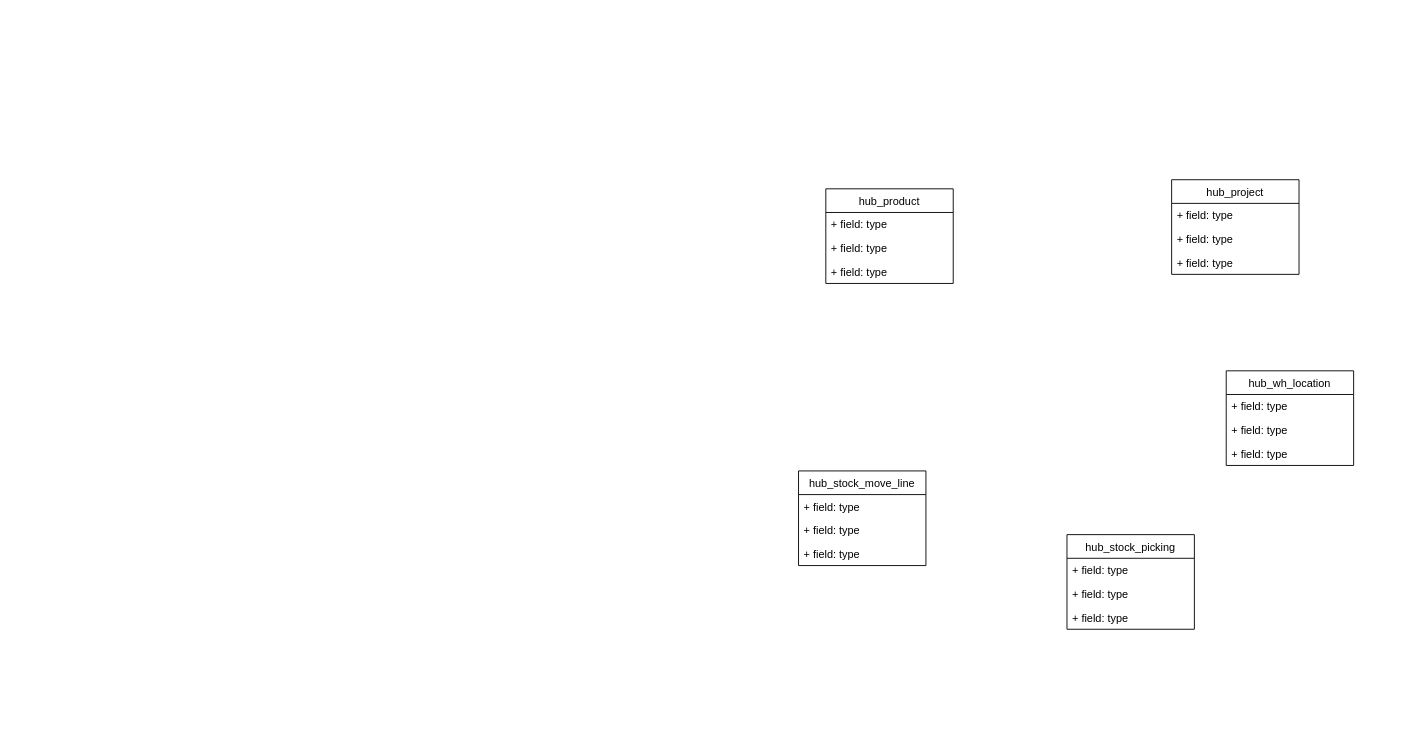
Above: dags/odoodw/docs/OdooDW_DV.drawio in kakkurij/odoodw-demo (draw.io), before the change. Source tidied: cells renumbered, new cells numbered last; positions are measured from the earlier drawing's top-left corner, leaving out a move shared by most shapes. Both pictures are drawn from the tidied source at 91%, with x=0, y=0 at pixel (798, 179).
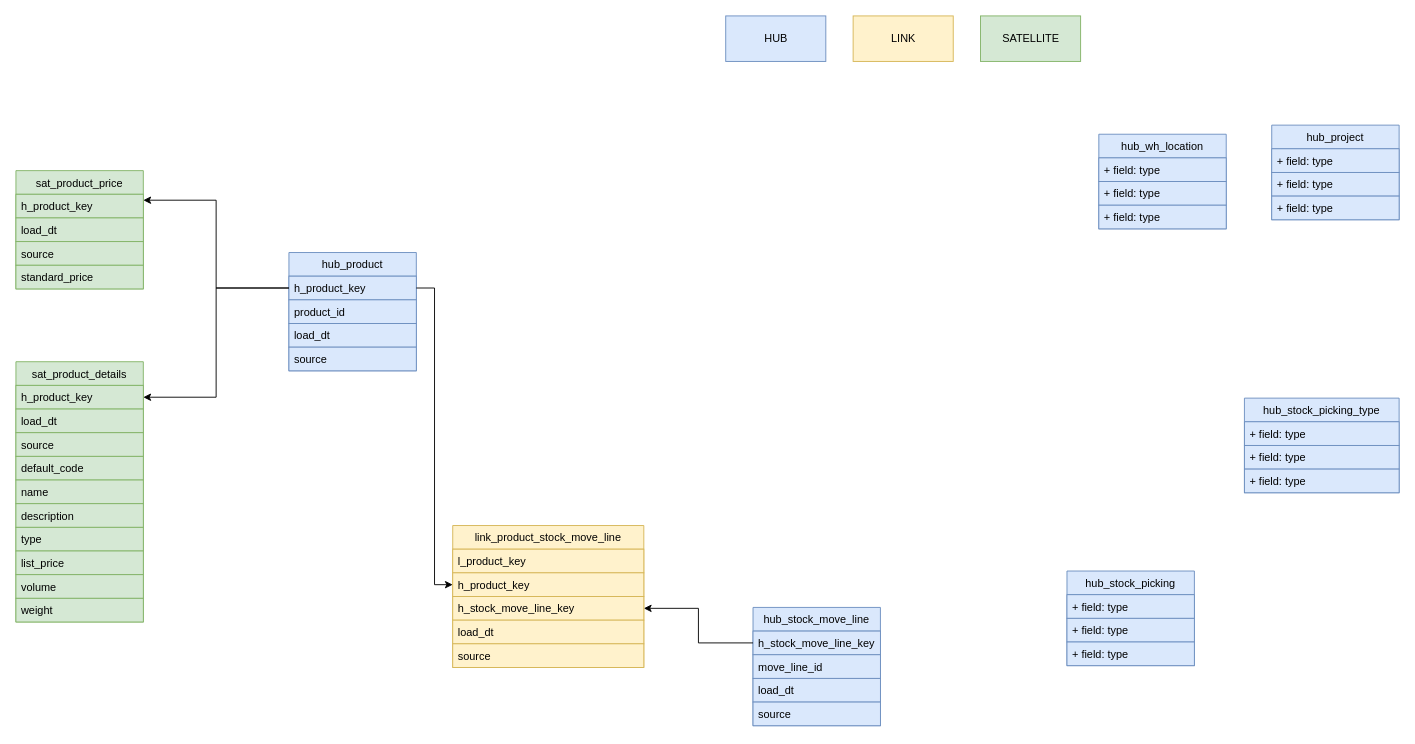
The same page after the edit.

Commit message:
links and satellites for product

Change to the diagram source:
```diff
@@
-    <mxCell id="2" value="hub_product" style="swimlane;fontStyle=0;horizontal=1;startSize=26;fillColor=none;" parent="1" vertex="1">
-      <mxGeometry x="30" y="10" width="140" height="104" as="geometry" />
+    <mxCell id="2" value="hub_product" style="swimlane;fontStyle=0;horizontal=1;startSize=26;fillColor=#dae8fc;strokeColor=#6c8ebf;" parent="1" vertex="1">
+      <mxGeometry x="-560" y="80" width="140" height="130" as="geometry" />
     </mxCell>
-    <mxCell id="3" value="+ field: type" style="text;strokeColor=none;fillColor=none;align=left;verticalAlign=top;spacingLeft=4;spacingRight=4;overflow=hidden;points=[[0,0.5],[1,0.5]];portConstraint=eastwest;" parent="2" vertex="1">
+    <mxCell id="3" value="h_product_key" style="text;strokeColor=#6c8ebf;fillColor=#dae8fc;align=left;verticalAlign=top;spacingLeft=4;spacingRight=4;overflow=hidden;points=[[0,0.5],[1,0.5]];portConstraint=eastwest;" parent="2" vertex="1">
       <mxGeometry y="26" width="140" height="26" as="geometry" />
     </mxCell>
-    <mxCell id="4" value="+ field: type" style="text;strokeColor=none;fillColor=none;align=left;verticalAlign=top;spacingLeft=4;spacingRight=4;overflow=hidden;" parent="2" vertex="1">
+    <mxCell id="4" value="product_id" style="text;strokeColor=#6c8ebf;fillColor=#dae8fc;align=left;verticalAlign=top;spacingLeft=4;spacingRight=4;overflow=hidden;" parent="2" vertex="1">
       <mxGeometry y="52" width="140" height="26" as="geometry" />
     </mxCell>
-    <mxCell id="5" value="+ field: type" style="text;strokeColor=none;fillColor=none;align=left;verticalAlign=top;spacingLeft=4;spacingRight=4;overflow=hidden;" parent="2" vertex="1">
+    <mxCell id="5" value="load_dt" style="text;strokeColor=#6c8ebf;fillColor=#dae8fc;align=left;verticalAlign=top;spacingLeft=4;spacingRight=4;overflow=hidden;" parent="2" vertex="1">
       <mxGeometry y="78" width="140" height="26" as="geometry" />
     </mxCell>
+    <mxCell id="22" value="source" style="text;strokeColor=#6c8ebf;fillColor=#dae8fc;align=left;verticalAlign=top;spacingLeft=4;spacingRight=4;overflow=hidden;" parent="2" vertex="1">
+      <mxGeometry y="104" width="140" height="26" as="geometry" />
+    </mxCell>
-    <mxCell id="6" value="hub_project" style="swimlane;fontStyle=0;horizontal=1;startSize=26;fillColor=none;" parent="1" vertex="1">
-      <mxGeometry x="410" width="140" height="104" as="geometry" />
+    <mxCell id="6" value="hub_project" style="swimlane;fontStyle=0;horizontal=1;startSize=26;fillColor=#dae8fc;strokeColor=#6c8ebf;" parent="1" vertex="1">
+      <mxGeometry x="520" y="-60" width="140" height="104" as="geometry" />
     </mxCell>
-    <mxCell id="7" value="+ field: type" style="text;strokeColor=none;fillColor=none;align=left;verticalAlign=top;spacingLeft=4;spacingRight=4;overflow=hidden;" parent="6" vertex="1">
+    <mxCell id="7" value="+ field: type" style="text;strokeColor=#6c8ebf;fillColor=#dae8fc;align=left;verticalAlign=top;spacingLeft=4;spacingRight=4;overflow=hidden;" parent="6" vertex="1">
       <mxGeometry y="26" width="140" height="26" as="geometry" />
     </mxCell>
-    <mxCell id="8" value="+ field: type" style="text;strokeColor=none;fillColor=none;align=left;verticalAlign=top;spacingLeft=4;spacingRight=4;overflow=hidden;" parent="6" vertex="1">
+    <mxCell id="8" value="+ field: type" style="text;strokeColor=#6c8ebf;fillColor=#dae8fc;align=left;verticalAlign=top;spacingLeft=4;spacingRight=4;overflow=hidden;" parent="6" vertex="1">
       <mxGeometry y="52" width="140" height="26" as="geometry" />
     </mxCell>
-    <mxCell id="9" value="+ field: type" style="text;strokeColor=none;fillColor=none;align=left;verticalAlign=top;spacingLeft=4;spacingRight=4;overflow=hidden;" parent="6" vertex="1">
+    <mxCell id="9" value="+ field: type" style="text;strokeColor=#6c8ebf;fillColor=#dae8fc;align=left;verticalAlign=top;spacingLeft=4;spacingRight=4;overflow=hidden;" parent="6" vertex="1">
       <mxGeometry y="78" width="140" height="26" as="geometry" />
     </mxCell>
-    <mxCell id="10" value="hub_wh_location" style="swimlane;fontStyle=0;horizontal=1;startSize=26;fillColor=none;" parent="1" vertex="1">
-      <mxGeometry x="470" y="210" width="140" height="104" as="geometry" />
+    <mxCell id="10" value="hub_wh_location" style="swimlane;fontStyle=0;horizontal=1;startSize=26;fillColor=#dae8fc;strokeColor=#6c8ebf;" parent="1" vertex="1">
+      <mxGeometry x="330" y="-50" width="140" height="104" as="geometry" />
     </mxCell>
-    <mxCell id="11" value="+ field: type" style="text;strokeColor=none;fillColor=none;align=left;verticalAlign=top;spacingLeft=4;spacingRight=4;overflow=hidden;" parent="10" vertex="1">
+    <mxCell id="11" value="+ field: type" style="text;strokeColor=#6c8ebf;fillColor=#dae8fc;align=left;verticalAlign=top;spacingLeft=4;spacingRight=4;overflow=hidden;" parent="10" vertex="1">
       <mxGeometry y="26" width="140" height="26" as="geometry" />
     </mxCell>
-    <mxCell id="12" value="+ field: type" style="text;strokeColor=none;fillColor=none;align=left;verticalAlign=top;spacingLeft=4;spacingRight=4;overflow=hidden;" parent="10" vertex="1">
+    <mxCell id="12" value="+ field: type" style="text;strokeColor=#6c8ebf;fillColor=#dae8fc;align=left;verticalAlign=top;spacingLeft=4;spacingRight=4;overflow=hidden;" parent="10" vertex="1">
       <mxGeometry y="52" width="140" height="26" as="geometry" />
     </mxCell>
-    <mxCell id="13" value="+ field: type" style="text;strokeColor=none;fillColor=none;align=left;verticalAlign=top;spacingLeft=4;spacingRight=4;overflow=hidden;" parent="10" vertex="1">
+    <mxCell id="13" value="+ field: type" style="text;strokeColor=#6c8ebf;fillColor=#dae8fc;align=left;verticalAlign=top;spacingLeft=4;spacingRight=4;overflow=hidden;" parent="10" vertex="1">
       <mxGeometry y="78" width="140" height="26" as="geometry" />
     </mxCell>
-    <mxCell id="14" value="hub_stock_move_line" style="swimlane;fontStyle=0;horizontal=1;startSize=26;fillColor=none;" parent="1" vertex="1">
-      <mxGeometry y="320" width="140" height="104" as="geometry" />
+    <mxCell id="14" value="hub_stock_move_line" style="swimlane;fontStyle=0;horizontal=1;startSize=26;fillColor=#dae8fc;strokeColor=#6c8ebf;" parent="1" vertex="1">
+      <mxGeometry x="-50" y="470" width="140" height="130" as="geometry" />
     </mxCell>
-    <mxCell id="15" value="+ field: type" style="text;strokeColor=none;fillColor=none;align=left;verticalAlign=top;spacingLeft=4;spacingRight=4;overflow=hidden;points=[[0,0.5],[1,0.5]];portConstraint=eastwest;" parent="14" vertex="1">
+    <mxCell id="15" value="h_stock_move_line_key" style="text;strokeColor=#6c8ebf;fillColor=#dae8fc;align=left;verticalAlign=top;spacingLeft=4;spacingRight=4;overflow=hidden;points=[[0,0.5],[1,0.5]];portConstraint=eastwest;" parent="14" vertex="1">
       <mxGeometry y="26" width="140" height="26" as="geometry" />
     </mxCell>
-    <mxCell id="16" value="+ field: type" style="text;strokeColor=none;fillColor=none;align=left;verticalAlign=top;spacingLeft=4;spacingRight=4;overflow=hidden;" parent="14" vertex="1">
+    <mxCell id="16" value="move_line_id" style="text;strokeColor=#6c8ebf;fillColor=#dae8fc;align=left;verticalAlign=top;spacingLeft=4;spacingRight=4;overflow=hidden;" parent="14" vertex="1">
       <mxGeometry y="52" width="140" height="26" as="geometry" />
     </mxCell>
-    <mxCell id="17" value="+ field: type" style="text;strokeColor=none;fillColor=none;align=left;verticalAlign=top;spacingLeft=4;spacingRight=4;overflow=hidden;" parent="14" vertex="1">
+    <mxCell id="17" value="load_dt" style="text;strokeColor=#6c8ebf;fillColor=#dae8fc;align=left;verticalAlign=top;spacingLeft=4;spacingRight=4;overflow=hidden;" parent="14" vertex="1">
       <mxGeometry y="78" width="140" height="26" as="geometry" />
     </mxCell>
+    <mxCell id="23" value="source" style="text;strokeColor=#6c8ebf;fillColor=#dae8fc;align=left;verticalAlign=top;spacingLeft=4;spacingRight=4;overflow=hidden;" parent="14" vertex="1">
+      <mxGeometry y="104" width="140" height="26" as="geometry" />
+    </mxCell>
-    <mxCell id="18" value="hub_stock_picking" style="swimlane;fontStyle=0;horizontal=1;startSize=26;fillColor=none;" parent="1" vertex="1">
-      <mxGeometry x="295" y="390" width="140" height="104" as="geometry" />
+    <mxCell id="18" value="hub_stock_picking" style="swimlane;fontStyle=0;horizontal=1;startSize=26;fillColor=#dae8fc;strokeColor=#6c8ebf;" parent="1" vertex="1">
+      <mxGeometry x="295" y="430" width="140" height="104" as="geometry" />
     </mxCell>
-    <mxCell id="19" value="+ field: type" style="text;strokeColor=none;fillColor=none;align=left;verticalAlign=top;spacingLeft=4;spacingRight=4;overflow=hidden;" parent="18" vertex="1">
+    <mxCell id="19" value="+ field: type" style="text;strokeColor=#6c8ebf;fillColor=#dae8fc;align=left;verticalAlign=top;spacingLeft=4;spacingRight=4;overflow=hidden;" parent="18" vertex="1">
       <mxGeometry y="26" width="140" height="26" as="geometry" />
     </mxCell>
-    <mxCell id="20" value="+ field: type" style="text;strokeColor=none;fillColor=none;align=left;verticalAlign=top;spacingLeft=4;spacingRight=4;overflow=hidden;" parent="18" vertex="1">
+    <mxCell id="20" value="+ field: type" style="text;strokeColor=#6c8ebf;fillColor=#dae8fc;align=left;verticalAlign=top;spacingLeft=4;spacingRight=4;overflow=hidden;" parent="18" vertex="1">
       <mxGeometry y="52" width="140" height="26" as="geometry" />
     </mxCell>
-    <mxCell id="21" value="+ field: type" style="text;strokeColor=none;fillColor=none;align=left;verticalAlign=top;spacingLeft=4;spacingRight=4;overflow=hidden;" parent="18" vertex="1">
+    <mxCell id="21" value="+ field: type" style="text;strokeColor=#6c8ebf;fillColor=#dae8fc;align=left;verticalAlign=top;spacingLeft=4;spacingRight=4;overflow=hidden;" parent="18" vertex="1">
       <mxGeometry y="78" width="140" height="26" as="geometry" />
     </mxCell>
+    <mxCell id="24" value="hub_stock_picking_type" style="swimlane;fontStyle=0;horizontal=1;startSize=26;fillColor=#dae8fc;strokeColor=#6c8ebf;" parent="1" vertex="1">
+      <mxGeometry x="490" y="240" width="170" height="104" as="geometry" />
+    </mxCell>
+    <mxCell id="25" value="+ field: type" style="text;strokeColor=#6c8ebf;fillColor=#dae8fc;align=left;verticalAlign=top;spacingLeft=4;spacingRight=4;overflow=hidden;" parent="24" vertex="1">
+      <mxGeometry y="26" width="170" height="26" as="geometry" />
+    </mxCell>
+    <mxCell id="26" value="+ field: type" style="text;strokeColor=#6c8ebf;fillColor=#dae8fc;align=left;verticalAlign=top;spacingLeft=4;spacingRight=4;overflow=hidden;" parent="24" vertex="1">
+      <mxGeometry y="52" width="170" height="26" as="geometry" />
+    </mxCell>
+    <mxCell id="27" value="+ field: type" style="text;strokeColor=#6c8ebf;fillColor=#dae8fc;align=left;verticalAlign=top;spacingLeft=4;spacingRight=4;overflow=hidden;" parent="24" vertex="1">
+      <mxGeometry y="78" width="170" height="26" as="geometry" />
+    </mxCell>
+    <mxCell id="28" value="HUB" style="html=1;fillColor=#dae8fc;strokeColor=#6c8ebf;" parent="1" vertex="1">
+      <mxGeometry x="-80" y="-180" width="110" height="50" as="geometry" />
+    </mxCell>
+    <mxCell id="29" value="LINK" style="html=1;fillColor=#fff2cc;strokeColor=#d6b656;" parent="1" vertex="1">
+      <mxGeometry x="60" y="-180" width="110" height="50" as="geometry" />
+    </mxCell>
+    <mxCell id="30" value="SATELLITE" style="html=1;fillColor=#d5e8d4;strokeColor=#82b366;" parent="1" vertex="1">
+      <mxGeometry x="200" y="-180" width="110" height="50" as="geometry" />
+    </mxCell>
+    <mxCell id="31" value="link_product_stock_move_line" style="swimlane;fontStyle=0;horizontal=1;startSize=26;fillColor=#fff2cc;strokeColor=#d6b656;" parent="1" vertex="1">
+      <mxGeometry x="-380" y="380" width="210" height="156" as="geometry" />
+    </mxCell>
+    <mxCell id="32" value="l_product_key" style="text;strokeColor=#d6b656;fillColor=#fff2cc;align=left;verticalAlign=top;spacingLeft=4;spacingRight=4;overflow=hidden;" parent="31" vertex="1">
+      <mxGeometry y="26" width="210" height="26" as="geometry" />
+    </mxCell>
+    <mxCell id="33" value="h_product_key" style="text;strokeColor=#d6b656;fillColor=#fff2cc;align=left;verticalAlign=top;spacingLeft=4;spacingRight=4;overflow=hidden;points=[[0,0.5],[1,0.5]];portConstraint=eastwest;" parent="31" vertex="1">
+      <mxGeometry y="52" width="210" height="26" as="geometry" />
+    </mxCell>
+    <mxCell id="34" value="h_stock_move_line_key" style="text;strokeColor=#d6b656;fillColor=#fff2cc;align=left;verticalAlign=top;spacingLeft=4;spacingRight=4;overflow=hidden;points=[[0,0.5],[1,0.5]];portConstraint=eastwest;" parent="31" vertex="1">
+      <mxGeometry y="78" width="210" height="26" as="geometry" />
+    </mxCell>
+    <mxCell id="35" value="load_dt" style="text;strokeColor=#d6b656;fillColor=#fff2cc;align=left;verticalAlign=top;spacingLeft=4;spacingRight=4;overflow=hidden;" parent="31" vertex="1">
+      <mxGeometry y="104" width="210" height="26" as="geometry" />
+    </mxCell>
+    <mxCell id="36" value="source" style="text;strokeColor=#d6b656;fillColor=#fff2cc;align=left;verticalAlign=top;spacingLeft=4;spacingRight=4;overflow=hidden;" parent="31" vertex="1">
+      <mxGeometry y="130" width="210" height="26" as="geometry" />
+    </mxCell>
+    <mxCell id="37" style="edgeStyle=orthogonalEdgeStyle;rounded=0;jettySize=auto;html=1;entryX=0;entryY=0.5;entryDx=0;entryDy=0;" parent="1" edge="1" source="3" target="33">
+      <mxGeometry relative="1" as="geometry" />
+    </mxCell>
+    <mxCell id="38" style="edgeStyle=orthogonalEdgeStyle;rounded=0;jettySize=auto;html=1;entryX=1;entryY=0.5;entryDx=0;entryDy=0;" parent="1" edge="1" source="15" target="34">
+      <mxGeometry relative="1" as="geometry" />
+    </mxCell>
+    <mxCell id="39" value="sat_product_details" style="swimlane;fontStyle=0;horizontal=1;startSize=26;fillColor=#d5e8d4;strokeColor=#82b366;" parent="1" vertex="1">
+      <mxGeometry x="-860" y="200" width="140" height="286" as="geometry" />
+    </mxCell>
+    <mxCell id="40" value="h_product_key" style="text;strokeColor=#82b366;fillColor=#d5e8d4;align=left;verticalAlign=top;spacingLeft=4;spacingRight=4;overflow=hidden;points=[[0,0.5],[1,0.5]];portConstraint=eastwest;" parent="39" vertex="1">
+      <mxGeometry y="26" width="140" height="26" as="geometry" />
+    </mxCell>
+    <mxCell id="41" value="load_dt" style="text;strokeColor=#82b366;fillColor=#d5e8d4;align=left;verticalAlign=top;spacingLeft=4;spacingRight=4;overflow=hidden;" parent="39" vertex="1">
+      <mxGeometry y="52" width="140" height="26" as="geometry" />
+    </mxCell>
+    <mxCell id="42" value="source" style="text;strokeColor=#82b366;fillColor=#d5e8d4;align=left;verticalAlign=top;spacingLeft=4;spacingRight=4;overflow=hidden;" parent="39" vertex="1">
+      <mxGeometry y="78" width="140" height="26" as="geometry" />
+    </mxCell>
+    <mxCell id="43" value="default_code" style="text;strokeColor=#82b366;fillColor=#d5e8d4;align=left;verticalAlign=top;spacingLeft=4;spacingRight=4;overflow=hidden;" parent="39" vertex="1">
+      <mxGeometry y="104" width="140" height="26" as="geometry" />
+    </mxCell>
+    <mxCell id="44" value="name" style="text;strokeColor=#82b366;fillColor=#d5e8d4;align=left;verticalAlign=top;spacingLeft=4;spacingRight=4;overflow=hidden;" parent="39" vertex="1">
+      <mxGeometry y="130" width="140" height="26" as="geometry" />
+    </mxCell>
+    <mxCell id="45" value="description" style="text;strokeColor=#82b366;fillColor=#d5e8d4;align=left;verticalAlign=top;spacingLeft=4;spacingRight=4;overflow=hidden;" parent="39" vertex="1">
+      <mxGeometry y="156" width="140" height="26" as="geometry" />
+    </mxCell>
+    <mxCell id="46" value="type" style="text;strokeColor=#82b366;fillColor=#d5e8d4;align=left;verticalAlign=top;spacingLeft=4;spacingRight=4;overflow=hidden;" parent="39" vertex="1">
+      <mxGeometry y="182" width="140" height="26" as="geometry" />
+    </mxCell>
+    <mxCell id="47" value="list_price" style="text;strokeColor=#82b366;fillColor=#d5e8d4;align=left;verticalAlign=top;spacingLeft=4;spacingRight=4;overflow=hidden;" parent="39" vertex="1">
+      <mxGeometry y="208" width="140" height="26" as="geometry" />
+    </mxCell>
+    <mxCell id="48" value="volume" style="text;strokeColor=#82b366;fillColor=#d5e8d4;align=left;verticalAlign=top;spacingLeft=4;spacingRight=4;overflow=hidden;" parent="39" vertex="1">
+      <mxGeometry y="234" width="140" height="26" as="geometry" />
+    </mxCell>
+    <mxCell id="49" value="weight" style="text;strokeColor=#82b366;fillColor=#d5e8d4;align=left;verticalAlign=top;spacingLeft=4;spacingRight=4;overflow=hidden;" parent="39" vertex="1">
+      <mxGeometry y="260" width="140" height="26" as="geometry" />
+    </mxCell>
+    <mxCell id="50" style="edgeStyle=orthogonalEdgeStyle;rounded=0;jettySize=auto;html=1;entryX=1;entryY=0.5;entryDx=0;entryDy=0;" parent="1" edge="1" source="3" target="40">
+      <mxGeometry relative="1" as="geometry" />
+    </mxCell>
+    <mxCell id="51" value="sat_product_price" style="swimlane;fontStyle=0;horizontal=1;startSize=26;fillColor=#d5e8d4;strokeColor=#82b366;" parent="1" vertex="1">
+      <mxGeometry x="-860" y="-10" width="140" height="130" as="geometry" />
+    </mxCell>
+    <mxCell id="52" value="h_product_key" style="text;strokeColor=#82b366;fillColor=#d5e8d4;align=left;verticalAlign=top;spacingLeft=4;spacingRight=4;overflow=hidden;" parent="51" vertex="1">
+      <mxGeometry y="26" width="140" height="26" as="geometry" />
+    </mxCell>
+    <mxCell id="53" value="load_dt" style="text;strokeColor=#82b366;fillColor=#d5e8d4;align=left;verticalAlign=top;spacingLeft=4;spacingRight=4;overflow=hidden;" parent="51" vertex="1">
+      <mxGeometry y="52" width="140" height="26" as="geometry" />
+    </mxCell>
+    <mxCell id="54" value="source" style="text;strokeColor=#82b366;fillColor=#d5e8d4;align=left;verticalAlign=top;spacingLeft=4;spacingRight=4;overflow=hidden;" parent="51" vertex="1">
+      <mxGeometry y="78" width="140" height="26" as="geometry" />
+    </mxCell>
+    <mxCell id="55" value="standard_price" style="text;strokeColor=#82b366;fillColor=#d5e8d4;align=left;verticalAlign=top;spacingLeft=4;spacingRight=4;overflow=hidden;" parent="51" vertex="1">
+      <mxGeometry y="104" width="140" height="26" as="geometry" />
+    </mxCell>
+    <mxCell id="56" style="edgeStyle=orthogonalEdgeStyle;rounded=0;jettySize=auto;html=1;entryX=1;entryY=0.25;entryDx=0;entryDy=0;" parent="1" edge="1" source="3" target="51">
+      <mxGeometry relative="1" as="geometry" />
+    </mxCell>
```
